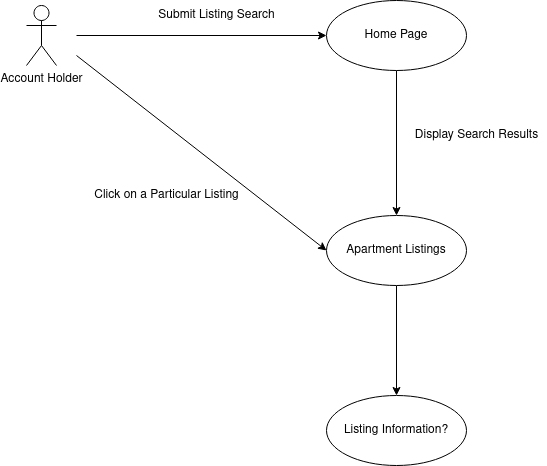
Above: docs/Use Case Diagrams/Listing_Search.png in JackValladares/ApartmentApplication (draw.io), before the change. Source tidied: cells renumbered, new cells last; positions are measured from the earlier drawing's top-left corner, leaving out a move shared by most shapes.
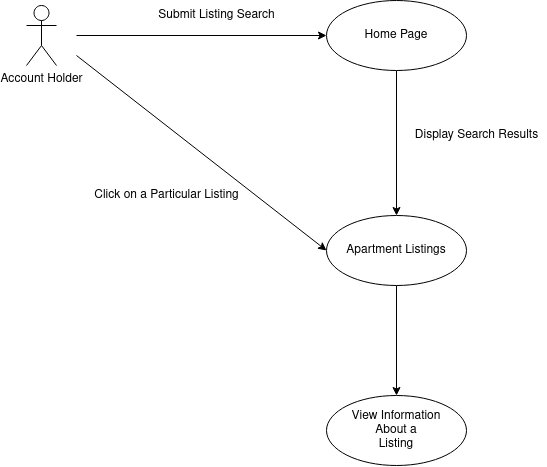
The same file after the commit.

Commit message:
Added Listing Use Case

Diff of the diagram source:
```diff
@@ -36,7 +36,7 @@
     <mxCell id="11" value="Click on a Particular Listing" style="text;html=1;align=center;verticalAlign=middle;fillColor=none;strokeColor=none;rounded=0;" parent="1" vertex="1">
       <mxGeometry x="60" y="185" width="160" height="20" as="geometry" />
     </mxCell>
-    <mxCell id="12" value="Listing Information?" style="ellipse;whiteSpace=wrap;html=1;" parent="1" vertex="1">
+    <mxCell id="12" value="&lt;div&gt;View Information&lt;/div&gt;&lt;div&gt;About a&lt;/div&gt;&lt;div&gt;Listing&lt;/div&gt;" style="ellipse;whiteSpace=wrap;html=1;" parent="1" vertex="1">
       <mxGeometry x="300" y="395" width="140" height="70" as="geometry" />
     </mxCell>
   </root>
```
